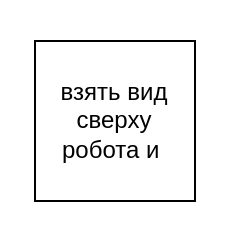
Earlier version of the draw.io diagram Диаграмма без названия.drawio (rolstuncom/-). Source tidied: cells renumbered, new cells numbered last; positions are measured from the earlier drawing's top-left corner, leaving out a move shared by most shapes. Both pictures are drawn from the tidied source at 200%, with x=0, y=0 at pixel (34, 40).
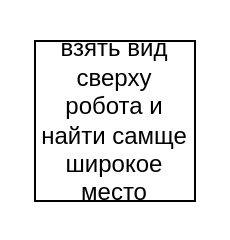
The same page after the edit.

What changed in the source:
```diff
@@
 <mxGraphModel>
   <root>
     <mxCell id="0" />
     <mxCell id="1" parent="0" />
-    <mxCell id="2" value="взять вид сверху робота и&amp;nbsp;" style="whiteSpace=wrap;html=1;" parent="1" vertex="1">
+    <mxCell id="2" value="взять вид сверху робота и найти самще широкое место" style="whiteSpace=wrap;html=1;" parent="1" vertex="1">
       <mxGeometry width="80" height="80" as="geometry" />
     </mxCell>
   </root>
 </mxGraphModel>
```
